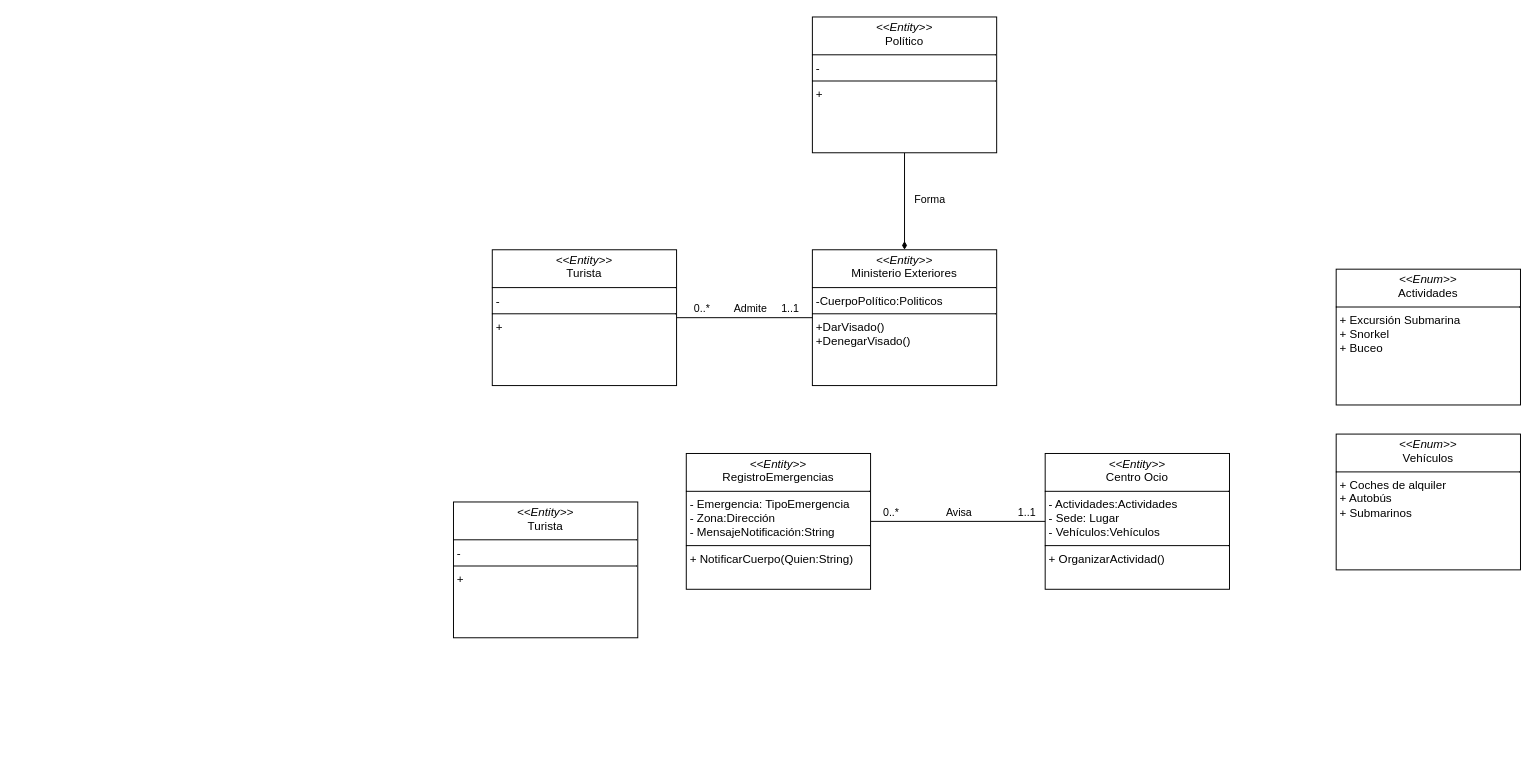
Before: MFIS/Diagrama sin título.drawio in israelfargasasquith/UHUCode, a draw.io diagram. Source tidied: cells renumbered, new cells numbered last; positions are measured from the earlier drawing's top-left corner, leaving out a move shared by most shapes. Both pictures are drawn from the tidied source at 97%, with x=0, y=0 at pixel (453, 16).
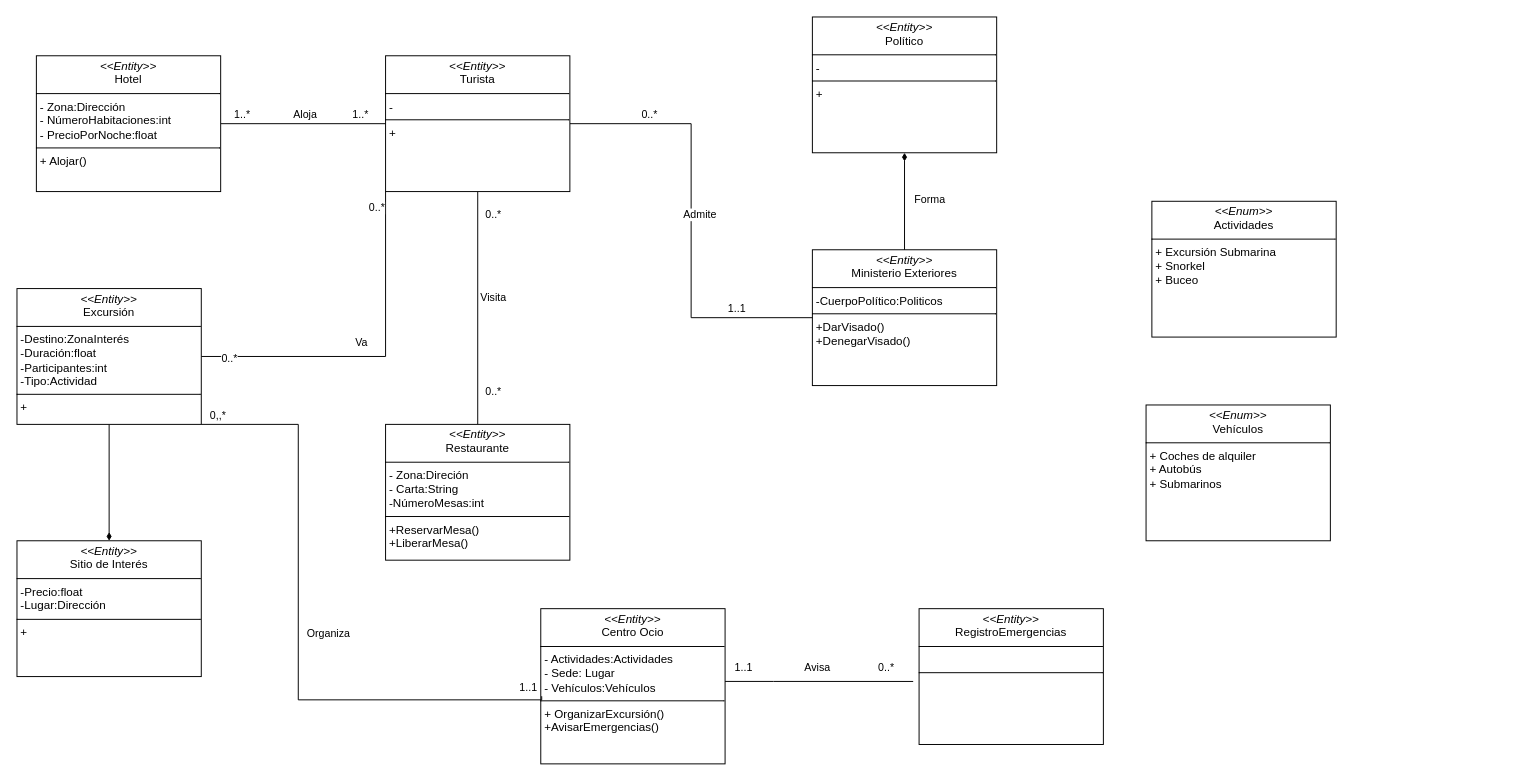
Above is the later version.

The change refers to these unchanged cells:
```xml
<mxCell id="3" value="&lt;p style=&quot;margin:0px;margin-top:4px;text-align:center;&quot;&gt;&lt;i&gt;&amp;lt;&amp;lt;Entity&amp;gt;&amp;gt;&lt;/i&gt;&lt;br&gt;Ministerio Exteriores&lt;/p&gt;&lt;hr size=&quot;1&quot; style=&quot;border-style:solid;&quot;&gt;&lt;p style=&quot;margin:0px;margin-left:4px;&quot;&gt;-CuerpoPolítico:Politicos&lt;/p&gt;&lt;hr size=&quot;1&quot; style=&quot;border-style:solid;&quot;&gt;&lt;p style=&quot;margin:0px;margin-left:4px;&quot;&gt;+DarVisado()&lt;/p&gt;&lt;p style=&quot;margin:0px;margin-left:4px;&quot;&gt;+DenegarVisado()&lt;/p&gt;" style="verticalAlign=top;align=left;overflow=fill;html=1;whiteSpace=wrap;" parent="1" vertex="1">
  <mxGeometry x="370" y="240" width="190" height="140" as="geometry" />
</mxCell>
<mxCell id="19" value="&lt;p style=&quot;margin:0px;margin-top:4px;text-align:center;&quot;&gt;&lt;i&gt;&amp;lt;&amp;lt;Entity&amp;gt;&amp;gt;&lt;/i&gt;&lt;br&gt;Político&lt;/p&gt;&lt;hr size=&quot;1&quot; style=&quot;border-style:solid;&quot;&gt;&lt;p style=&quot;margin:0px;margin-left:4px;&quot;&gt;-&lt;/p&gt;&lt;hr size=&quot;1&quot; style=&quot;border-style:solid;&quot;&gt;&lt;p style=&quot;margin:0px;margin-left:4px;&quot;&gt;+&lt;/p&gt;&lt;p style=&quot;margin:0px;margin-left:4px;&quot;&gt;&lt;br&gt;&lt;/p&gt;" style="verticalAlign=top;align=left;overflow=fill;html=1;whiteSpace=wrap;" parent="1" vertex="1">
  <mxGeometry x="370" width="190" height="140" as="geometry" />
</mxCell>
```

Change to the diagram source:
```diff
@@
-    <mxCell id="2" value="&lt;p style=&quot;margin:0px;margin-top:4px;text-align:center;&quot;&gt;&lt;i&gt;&amp;lt;&amp;lt;Entity&amp;gt;&amp;gt;&lt;/i&gt;&lt;br&gt;Centro Ocio&lt;/p&gt;&lt;hr size=&quot;1&quot; style=&quot;border-style:solid;&quot;&gt;&lt;p style=&quot;margin:0px;margin-left:4px;&quot;&gt;- Actividades:Actividades&lt;/p&gt;&lt;p style=&quot;margin:0px;margin-left:4px;&quot;&gt;- Sede: Lugar&lt;/p&gt;&lt;p style=&quot;margin:0px;margin-left:4px;&quot;&gt;- Vehículos:Vehículos&lt;/p&gt;&lt;hr size=&quot;1&quot; style=&quot;border-style:solid;&quot;&gt;&lt;p style=&quot;margin:0px;margin-left:4px;&quot;&gt;+ OrganizarActividad()&lt;/p&gt;" style="verticalAlign=top;align=left;overflow=fill;html=1;whiteSpace=wrap;" parent="1" vertex="1">
-      <mxGeometry x="610" y="450" width="190" height="140" as="geometry" />
+    <mxCell id="2" value="&lt;p style=&quot;margin:0px;margin-top:4px;text-align:center;&quot;&gt;&lt;i&gt;&amp;lt;&amp;lt;Entity&amp;gt;&amp;gt;&lt;/i&gt;&lt;br&gt;Centro Ocio&lt;/p&gt;&lt;hr size=&quot;1&quot; style=&quot;border-style:solid;&quot;&gt;&lt;p style=&quot;margin:0px;margin-left:4px;&quot;&gt;- Actividades:Actividades&lt;/p&gt;&lt;p style=&quot;margin:0px;margin-left:4px;&quot;&gt;- Sede: Lugar&lt;/p&gt;&lt;p style=&quot;margin:0px;margin-left:4px;&quot;&gt;- Vehículos:Vehículos&lt;/p&gt;&lt;hr size=&quot;1&quot; style=&quot;border-style:solid;&quot;&gt;&lt;p style=&quot;margin:0px;margin-left:4px;&quot;&gt;+ OrganizarExcursión()&lt;/p&gt;&lt;p style=&quot;margin:0px;margin-left:4px;&quot;&gt;+AvisarEmergencias()&lt;/p&gt;&lt;p style=&quot;margin:0px;margin-left:4px;&quot;&gt;&lt;br&gt;&lt;/p&gt;" style="verticalAlign=top;align=left;overflow=fill;html=1;whiteSpace=wrap;" parent="1" vertex="1">
+      <mxGeometry x="90" y="610" width="190" height="160" as="geometry" />
     </mxCell>
@@
-    <mxCell id="4" style="edgeStyle=orthogonalEdgeStyle;rounded=0;jettySize=auto;html=1;exitX=1;exitY=0.5;exitDx=0;exitDy=0;endArrow=none;endFill=0;" parent="1" edge="1" source="8" target="2">
-      <mxGeometry relative="1" as="geometry" />
+    <mxCell id="4" style="edgeStyle=orthogonalEdgeStyle;rounded=0;jettySize=auto;html=1;exitX=-0.032;exitY=0.536;exitDx=0;exitDy=0;endArrow=none;endFill=0;exitPerimeter=0;" parent="1" edge="1" source="8" target="2">
+      <mxGeometry relative="1" as="geometry">
+        <Array as="points">
+          <mxPoint x="330" y="685" />
+          <mxPoint x="330" y="685" />
+        </Array>
+      </mxGeometry>
     </mxCell>
     <mxCell id="5" value="Avisa" style="edgeLabel;html=1;align=center;verticalAlign=middle;" parent="4" vertex="1">
       <mxGeometry x="-0.08" y="2" relative="1" as="geometry">
-        <mxPoint x="7" y="-8" as="offset" />
+        <mxPoint x="-10" y="-17" as="offset" />
       </mxGeometry>
     </mxCell>
     <mxCell id="6" value="0..*" style="edgeLabel;html=1;align=center;verticalAlign=middle;" parent="4" vertex="1">
       <mxGeometry x="-0.74" y="4" relative="1" as="geometry">
-        <mxPoint x="-3" y="-6" as="offset" />
+        <mxPoint x="-3" y="-19" as="offset" />
       </mxGeometry>
     </mxCell>
     <mxCell id="7" value="1..1" style="edgeLabel;html=1;align=center;verticalAlign=middle;" parent="4" vertex="1">
       <mxGeometry x="0.79" y="4" relative="1" as="geometry">
-        <mxPoint x="-1" y="-6" as="offset" />
+        <mxPoint x="-1" y="-19" as="offset" />
       </mxGeometry>
     </mxCell>
-    <mxCell id="8" value="&lt;p style=&quot;margin:0px;margin-top:4px;text-align:center;&quot;&gt;&lt;i&gt;&amp;lt;&amp;lt;Entity&amp;gt;&amp;gt;&lt;/i&gt;&lt;br&gt;RegistroEmergencias&lt;/p&gt;&lt;hr size=&quot;1&quot; style=&quot;border-style:solid;&quot;&gt;&lt;p style=&quot;margin:0px;margin-left:4px;&quot;&gt;- Emergencia: TipoEmergencia&lt;/p&gt;&lt;p style=&quot;margin:0px;margin-left:4px;&quot;&gt;- Zona:Dirección&lt;/p&gt;&lt;p style=&quot;margin:0px;margin-left:4px;&quot;&gt;- MensajeNotificación:String&lt;/p&gt;&lt;hr size=&quot;1&quot; style=&quot;border-style:solid;&quot;&gt;&lt;p style=&quot;margin:0px;margin-left:4px;&quot;&gt;+ NotificarCuerpo(Quien:String)&lt;br&gt;&lt;/p&gt;" style="verticalAlign=top;align=left;overflow=fill;html=1;whiteSpace=wrap;" parent="1" vertex="1">
-      <mxGeometry x="240" y="450" width="190" height="140" as="geometry" />
+    <mxCell id="8" value="&lt;p style=&quot;margin:0px;margin-top:4px;text-align:center;&quot;&gt;&lt;i&gt;&amp;lt;&amp;lt;Entity&amp;gt;&amp;gt;&lt;/i&gt;&lt;br&gt;RegistroEmergencias&lt;/p&gt;&lt;hr size=&quot;1&quot; style=&quot;border-style:solid;&quot;&gt;&lt;p style=&quot;margin:0px;margin-left:4px;&quot;&gt;&lt;br&gt;&lt;/p&gt;&lt;hr size=&quot;1&quot; style=&quot;border-style:solid;&quot;&gt;&lt;p style=&quot;margin:0px;margin-left:4px;&quot;&gt;&lt;br&gt;&lt;/p&gt;" style="verticalAlign=top;align=left;overflow=fill;html=1;whiteSpace=wrap;" parent="1" vertex="1">
+      <mxGeometry x="480" y="610" width="190" height="140" as="geometry" />
     </mxCell>
     <mxCell id="9" value="&lt;p style=&quot;margin:0px;margin-top:4px;text-align:center;&quot;&gt;&lt;i&gt;&amp;lt;&amp;lt;Enum&amp;gt;&amp;gt;&lt;/i&gt;&lt;br&gt;Actividades&lt;/p&gt;&lt;hr size=&quot;1&quot; style=&quot;border-style:solid;&quot;&gt;&lt;p style=&quot;margin:0px;margin-left:4px;&quot;&gt;+ Excursión Submarina&lt;/p&gt;&lt;p style=&quot;margin:0px;margin-left:4px;&quot;&gt;+ Snorkel&lt;br&gt;&lt;/p&gt;&lt;p style=&quot;margin:0px;margin-left:4px;&quot;&gt;+ Buceo&lt;/p&gt;" style="verticalAlign=top;align=left;overflow=fill;html=1;whiteSpace=wrap;" parent="1" vertex="1">
-      <mxGeometry x="910" y="260" width="190" height="140" as="geometry" />
+      <mxGeometry x="720" y="190" width="190" height="140" as="geometry" />
     </mxCell>
     <mxCell id="10" value="&lt;p style=&quot;margin:0px;margin-top:4px;text-align:center;&quot;&gt;&lt;i&gt;&amp;lt;&amp;lt;Enum&amp;gt;&amp;gt;&lt;/i&gt;&lt;br&gt;Vehículos&lt;/p&gt;&lt;hr size=&quot;1&quot; style=&quot;border-style:solid;&quot;&gt;&lt;p style=&quot;margin:0px;margin-left:4px;&quot;&gt;+ Coches de alquiler&lt;/p&gt;&lt;p style=&quot;margin:0px;margin-left:4px;&quot;&gt;+ Autobús&lt;br&gt;&lt;/p&gt;&lt;p style=&quot;margin:0px;margin-left:4px;&quot;&gt;+ Submarinos&lt;/p&gt;" style="verticalAlign=top;align=left;overflow=fill;html=1;whiteSpace=wrap;" parent="1" vertex="1">
-      <mxGeometry x="910" y="430" width="190" height="140" as="geometry" />
+      <mxGeometry x="714" y="400" width="190" height="140" as="geometry" />
     </mxCell>
@@
+    <mxCell id="20" style="edgeStyle=orthogonalEdgeStyle;rounded=0;jettySize=auto;html=1;exitX=0.5;exitY=1;exitDx=0;exitDy=0;entryX=0.5;entryY=0;entryDx=0;entryDy=0;endArrow=none;endFill=0;" parent="1" edge="1" source="15" target="34">
+      <mxGeometry relative="1" as="geometry" />
+    </mxCell>
+    <mxCell id="21" value="Visita" style="edgeLabel;html=1;align=center;verticalAlign=middle;" parent="20" vertex="1">
+      <mxGeometry x="-0.1" y="2" relative="1" as="geometry">
+        <mxPoint x="13" as="offset" />
+      </mxGeometry>
+    </mxCell>
+    <mxCell id="22" value="0..*" style="edgeLabel;html=1;align=center;verticalAlign=middle;" parent="20" vertex="1">
+      <mxGeometry x="-0.81" y="3" relative="1" as="geometry">
+        <mxPoint x="12" as="offset" />
+      </mxGeometry>
+    </mxCell>
+    <mxCell id="23" value="0..*" style="edgeLabel;html=1;align=center;verticalAlign=middle;" parent="20" vertex="1">
+      <mxGeometry x="0.71" y="2" relative="1" as="geometry">
+        <mxPoint x="13" as="offset" />
+      </mxGeometry>
+    </mxCell>
     <mxCell id="15" value="&lt;p style=&quot;margin:0px;margin-top:4px;text-align:center;&quot;&gt;&lt;i&gt;&amp;lt;&amp;lt;Entity&amp;gt;&amp;gt;&lt;/i&gt;&lt;br&gt;Turista&lt;/p&gt;&lt;hr size=&quot;1&quot; style=&quot;border-style:solid;&quot;&gt;&lt;p style=&quot;margin:0px;margin-left:4px;&quot;&gt;-&lt;/p&gt;&lt;hr size=&quot;1&quot; style=&quot;border-style:solid;&quot;&gt;&lt;p style=&quot;margin:0px;margin-left:4px;&quot;&gt;+&lt;/p&gt;&lt;p style=&quot;margin:0px;margin-left:4px;&quot;&gt;&lt;br&gt;&lt;/p&gt;" style="verticalAlign=top;align=left;overflow=fill;html=1;whiteSpace=wrap;" parent="1" vertex="1">
-      <mxGeometry x="40" y="240" width="190" height="140" as="geometry" />
+      <mxGeometry x="-70" y="40" width="190" height="140" as="geometry" />
     </mxCell>
+    <mxCell id="24" style="edgeStyle=orthogonalEdgeStyle;rounded=0;jettySize=auto;html=1;exitX=1;exitY=0.5;exitDx=0;exitDy=0;entryX=0;entryY=1;entryDx=0;entryDy=0;endArrow=none;endFill=0;" parent="1" edge="1" source="16" target="15">
+      <mxGeometry relative="1" as="geometry" />
+    </mxCell>
+    <mxCell id="25" value="Va" style="edgeLabel;html=1;align=center;verticalAlign=middle;" parent="24" vertex="1">
+      <mxGeometry x="-0.03" y="-1" relative="1" as="geometry">
+        <mxPoint x="-11" y="-16" as="offset" />
+      </mxGeometry>
+    </mxCell>
+    <mxCell id="26" value="0..*" style="edgeLabel;html=1;align=center;verticalAlign=middle;" parent="24" vertex="1">
+      <mxGeometry x="0.92" y="-5" relative="1" as="geometry">
+        <mxPoint x="-15" y="2" as="offset" />
+      </mxGeometry>
+    </mxCell>
+    <mxCell id="27" value="0..*" style="edgeLabel;html=1;align=center;verticalAlign=middle;" parent="24" vertex="1">
+      <mxGeometry x="-0.92" y="-1" relative="1" as="geometry">
+        <mxPoint x="14" as="offset" />
+      </mxGeometry>
+    </mxCell>
+    <mxCell id="28" style="edgeStyle=orthogonalEdgeStyle;rounded=0;jettySize=auto;html=1;exitX=0.5;exitY=1;exitDx=0;exitDy=0;endArrow=diamondThin;endFill=1;" parent="1" edge="1" source="16" target="35">
+      <mxGeometry relative="1" as="geometry" />
+    </mxCell>
-    <mxCell id="16" value="&lt;p style=&quot;margin:0px;margin-top:4px;text-align:center;&quot;&gt;&lt;i&gt;&amp;lt;&amp;lt;Entity&amp;gt;&amp;gt;&lt;/i&gt;&lt;br&gt;Turista&lt;/p&gt;&lt;hr size=&quot;1&quot; style=&quot;border-style:solid;&quot;&gt;&lt;p style=&quot;margin:0px;margin-left:4px;&quot;&gt;-&lt;/p&gt;&lt;hr size=&quot;1&quot; style=&quot;border-style:solid;&quot;&gt;&lt;p style=&quot;margin:0px;margin-left:4px;&quot;&gt;+&lt;/p&gt;&lt;p style=&quot;margin:0px;margin-left:4px;&quot;&gt;&lt;br&gt;&lt;/p&gt;" style="verticalAlign=top;align=left;overflow=fill;html=1;whiteSpace=wrap;" parent="1" vertex="1">
-      <mxGeometry y="500" width="190" height="140" as="geometry" />
+    <mxCell id="16" value="&lt;p style=&quot;margin:0px;margin-top:4px;text-align:center;&quot;&gt;&lt;i&gt;&amp;lt;&amp;lt;Entity&amp;gt;&amp;gt;&lt;/i&gt;&lt;br&gt;Excursión&lt;/p&gt;&lt;hr size=&quot;1&quot; style=&quot;border-style:solid;&quot;&gt;&lt;p style=&quot;margin:0px;margin-left:4px;&quot;&gt;-Destino:ZonaInterés&lt;/p&gt;&lt;p style=&quot;margin:0px;margin-left:4px;&quot;&gt;-Duración:float&lt;/p&gt;&lt;p style=&quot;margin:0px;margin-left:4px;&quot;&gt;-Participantes:int&lt;/p&gt;&lt;p style=&quot;margin:0px;margin-left:4px;&quot;&gt;-Tipo:Actividad&lt;/p&gt;&lt;hr size=&quot;1&quot; style=&quot;border-style:solid;&quot;&gt;&lt;p style=&quot;margin:0px;margin-left:4px;&quot;&gt;+&lt;/p&gt;&lt;p style=&quot;margin:0px;margin-left:4px;&quot;&gt;&lt;br&gt;&lt;/p&gt;" style="verticalAlign=top;align=left;overflow=fill;html=1;whiteSpace=wrap;" parent="1" vertex="1">
+      <mxGeometry x="-450" y="280" width="190" height="140" as="geometry" />
     </mxCell>
-    <mxCell id="17" style="edgeStyle=orthogonalEdgeStyle;rounded=0;jettySize=auto;html=1;exitX=0.5;exitY=1;exitDx=0;exitDy=0;entryX=0.5;entryY=0;entryDx=0;entryDy=0;endArrow=diamondThin;endFill=1;" parent="1" edge="1" source="19" target="3">
+    <mxCell id="17" style="edgeStyle=orthogonalEdgeStyle;rounded=0;jettySize=auto;html=1;exitX=0.5;exitY=1;exitDx=0;exitDy=0;entryX=0.5;entryY=0;entryDx=0;entryDy=0;endArrow=none;endFill=0;startArrow=diamondThin;startFill=1;" parent="1" edge="1" source="19" target="3">
       <mxGeometry relative="1" as="geometry" />
     </mxCell>
@@
+    <mxCell id="29" style="edgeStyle=orthogonalEdgeStyle;rounded=0;jettySize=auto;html=1;exitX=1;exitY=0.5;exitDx=0;exitDy=0;entryX=0;entryY=0.5;entryDx=0;entryDy=0;endArrow=none;endFill=0;" parent="1" edge="1" source="33" target="15">
+      <mxGeometry relative="1" as="geometry" />
+    </mxCell>
+    <mxCell id="30" value="Aloja" style="edgeLabel;html=1;align=center;verticalAlign=middle;" parent="29" vertex="1">
+      <mxGeometry x="0.01" y="3" relative="1" as="geometry">
+        <mxPoint y="-7" as="offset" />
+      </mxGeometry>
+    </mxCell>
+    <mxCell id="31" value="1..*" style="edgeLabel;html=1;align=center;verticalAlign=middle;" parent="29" vertex="1">
+      <mxGeometry x="-0.68" relative="1" as="geometry">
+        <mxPoint x="-6" y="-10" as="offset" />
+      </mxGeometry>
+    </mxCell>
+    <mxCell id="32" value="1..*" style="edgeLabel;html=1;align=center;verticalAlign=middle;" parent="29" vertex="1">
+      <mxGeometry x="0.68" y="2" relative="1" as="geometry">
+        <mxPoint y="-8" as="offset" />
+      </mxGeometry>
+    </mxCell>
+    <mxCell id="33" value="&lt;p style=&quot;margin:0px;margin-top:4px;text-align:center;&quot;&gt;&lt;i&gt;&amp;lt;&amp;lt;Entity&amp;gt;&amp;gt;&lt;/i&gt;&lt;br&gt;Hotel&lt;/p&gt;&lt;hr size=&quot;1&quot; style=&quot;border-style:solid;&quot;&gt;&lt;p style=&quot;margin:0px;margin-left:4px;&quot;&gt;- Zona:Dirección&lt;/p&gt;&lt;p style=&quot;margin:0px;margin-left:4px;&quot;&gt;- NúmeroHabitaciones:int&lt;/p&gt;&lt;p style=&quot;margin:0px;margin-left:4px;&quot;&gt;- PrecioPorNoche:float&lt;/p&gt;&lt;hr size=&quot;1&quot; style=&quot;border-style:solid;&quot;&gt;&lt;p style=&quot;margin:0px;margin-left:4px;&quot;&gt;+ Alojar()&lt;/p&gt;&lt;p style=&quot;margin:0px;margin-left:4px;&quot;&gt;&lt;br&gt;&lt;/p&gt;&lt;p style=&quot;margin:0px;margin-left:4px;&quot;&gt;&lt;br&gt;&lt;/p&gt;" style="verticalAlign=top;align=left;overflow=fill;html=1;whiteSpace=wrap;" parent="1" vertex="1">
+      <mxGeometry x="-430" y="40" width="190" height="140" as="geometry" />
+    </mxCell>
+    <mxCell id="34" value="&lt;p style=&quot;margin:0px;margin-top:4px;text-align:center;&quot;&gt;&lt;i&gt;&amp;lt;&amp;lt;Entity&amp;gt;&amp;gt;&lt;/i&gt;&lt;br&gt;Restaurante&lt;/p&gt;&lt;hr size=&quot;1&quot; style=&quot;border-style:solid;&quot;&gt;&lt;p style=&quot;margin:0px;margin-left:4px;&quot;&gt;- Zona:Direción&lt;/p&gt;&lt;p style=&quot;margin:0px;margin-left:4px;&quot;&gt;- Carta:String&lt;/p&gt;&lt;p style=&quot;margin:0px;margin-left:4px;&quot;&gt;-NúmeroMesas:int&lt;/p&gt;&lt;hr size=&quot;1&quot; style=&quot;border-style:solid;&quot;&gt;&lt;p style=&quot;margin:0px;margin-left:4px;&quot;&gt;+ReservarMesa()&lt;/p&gt;&lt;p style=&quot;margin:0px;margin-left:4px;&quot;&gt;+LiberarMesa()&lt;/p&gt;&lt;p style=&quot;margin:0px;margin-left:4px;&quot;&gt;&lt;br&gt;&lt;/p&gt;" style="verticalAlign=top;align=left;overflow=fill;html=1;whiteSpace=wrap;" parent="1" vertex="1">
+      <mxGeometry x="-70" y="420" width="190" height="140" as="geometry" />
+    </mxCell>
+    <mxCell id="35" value="&lt;p style=&quot;margin:0px;margin-top:4px;text-align:center;&quot;&gt;&lt;i&gt;&amp;lt;&amp;lt;Entity&amp;gt;&amp;gt;&lt;/i&gt;&lt;br&gt;Sitio de Interés&lt;/p&gt;&lt;hr size=&quot;1&quot; style=&quot;border-style:solid;&quot;&gt;&lt;p style=&quot;margin:0px;margin-left:4px;&quot;&gt;&lt;span style=&quot;background-color: initial;&quot;&gt;-Precio:float&lt;/span&gt;&lt;br&gt;&lt;/p&gt;&lt;p style=&quot;margin:0px;margin-left:4px;&quot;&gt;-Lugar:Dirección&lt;/p&gt;&lt;hr size=&quot;1&quot; style=&quot;border-style:solid;&quot;&gt;&lt;p style=&quot;margin:0px;margin-left:4px;&quot;&gt;+&lt;/p&gt;&lt;p style=&quot;margin:0px;margin-left:4px;&quot;&gt;&lt;br&gt;&lt;/p&gt;" style="verticalAlign=top;align=left;overflow=fill;html=1;whiteSpace=wrap;" parent="1" vertex="1">
+      <mxGeometry x="-450" y="540" width="190" height="140" as="geometry" />
+    </mxCell>
+    <mxCell id="36" style="edgeStyle=orthogonalEdgeStyle;rounded=0;jettySize=auto;html=1;exitX=1;exitY=1;exitDx=0;exitDy=0;entryX=0.005;entryY=0.564;entryDx=0;entryDy=0;entryPerimeter=0;endArrow=none;endFill=0;" parent="1" edge="1" source="16" target="2">
+      <mxGeometry relative="1" as="geometry">
+        <Array as="points">
+          <mxPoint x="-160" y="420" />
+          <mxPoint x="-160" y="704" />
+        </Array>
+      </mxGeometry>
+    </mxCell>
+    <mxCell id="37" value="Organiza" style="edgeLabel;html=1;align=center;verticalAlign=middle;" parent="36" vertex="1">
+      <mxGeometry x="-0.15" y="4" relative="1" as="geometry">
+        <mxPoint x="26" y="44" as="offset" />
+      </mxGeometry>
+    </mxCell>
+    <mxCell id="38" value="1..1" style="edgeLabel;html=1;align=center;verticalAlign=middle;" parent="36" vertex="1">
+      <mxGeometry x="0.94" y="-1" relative="1" as="geometry">
+        <mxPoint y="-15" as="offset" />
+      </mxGeometry>
+    </mxCell>
+    <mxCell id="39" value="0,,*" style="edgeLabel;html=1;align=center;verticalAlign=middle;" parent="36" vertex="1">
+      <mxGeometry x="-0.95" y="3" relative="1" as="geometry">
+        <mxPoint y="-7" as="offset" />
+      </mxGeometry>
+    </mxCell>
```
